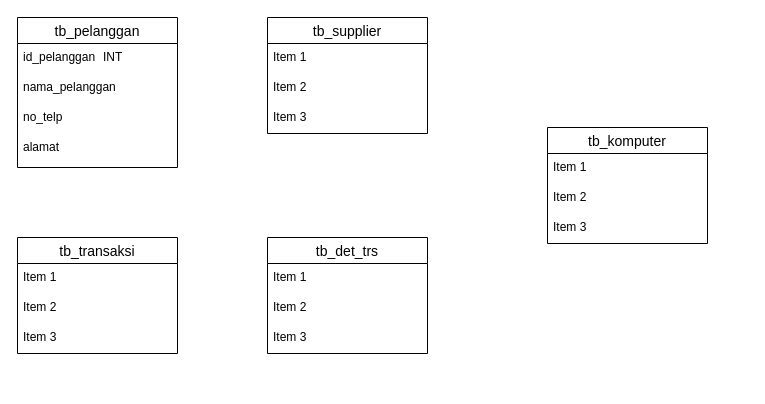
Earlier version of the draw.io diagram Untitled Diagram.drawio (elikawicaksana/BuildIT_BasisData). Source tidied: cells renumbered, new cells numbered last; positions are measured from the earlier drawing's top-left corner, leaving out a move shared by most shapes. Both pictures are drawn from the tidied source at 100%, with x=0, y=0 at pixel (17, 17).
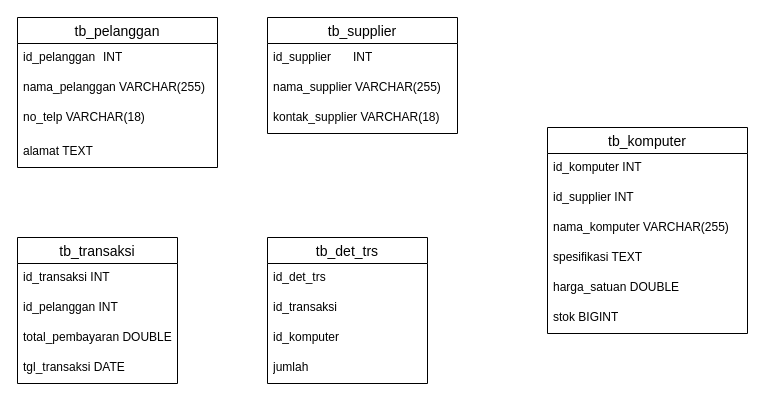
After the change.

Diff of the diagram source:
```diff
@@
     <mxCell id="2" value="tb_transaksi" style="swimlane;fontStyle=0;horizontal=1;startSize=26;align=center;fontSize=14;" parent="1" vertex="1">
-      <mxGeometry y="220" width="160" height="116" as="geometry" />
+      <mxGeometry y="220" width="160" height="146" as="geometry" />
     </mxCell>
-    <mxCell id="3" value="Item 1" style="text;strokeColor=none;fillColor=none;spacingLeft=4;spacingRight=4;overflow=hidden;fontSize=12;whiteSpace=wrap;html=1;" parent="2" vertex="1">
+    <mxCell id="3" value="id_transaksi INT" style="text;strokeColor=none;fillColor=none;spacingLeft=4;spacingRight=4;overflow=hidden;fontSize=12;whiteSpace=wrap;html=1;" parent="2" vertex="1">
       <mxGeometry y="26" width="160" height="30" as="geometry" />
     </mxCell>
-    <mxCell id="4" value="Item 2" style="text;strokeColor=none;fillColor=none;spacingLeft=4;spacingRight=4;overflow=hidden;fontSize=12;whiteSpace=wrap;html=1;" parent="2" vertex="1">
+    <mxCell id="4" value="id_pelanggan INT" style="text;strokeColor=none;fillColor=none;spacingLeft=4;spacingRight=4;overflow=hidden;fontSize=12;whiteSpace=wrap;html=1;" parent="2" vertex="1">
       <mxGeometry y="56" width="160" height="30" as="geometry" />
     </mxCell>
-    <mxCell id="5" value="Item 3" style="text;strokeColor=none;fillColor=none;spacingLeft=4;spacingRight=4;overflow=hidden;fontSize=12;whiteSpace=wrap;html=1;" parent="2" vertex="1">
+    <mxCell id="5" value="total_pembayaran DOUBLE" style="text;strokeColor=none;fillColor=none;spacingLeft=4;spacingRight=4;overflow=hidden;fontSize=12;whiteSpace=wrap;html=1;" parent="2" vertex="1">
       <mxGeometry y="86" width="160" height="30" as="geometry" />
     </mxCell>
+    <mxCell id="23" value="tgl_transaksi DATE" style="text;strokeColor=none;fillColor=none;spacingLeft=4;spacingRight=4;overflow=hidden;fontSize=12;whiteSpace=wrap;html=1;" parent="2" vertex="1">
+      <mxGeometry y="116" width="160" height="30" as="geometry" />
+    </mxCell>
     <mxCell id="6" value="tb_pelanggan" style="swimlane;fontStyle=0;horizontal=1;startSize=26;align=center;fontSize=14;" parent="1" vertex="1">
-      <mxGeometry width="160" height="150" as="geometry" />
+      <mxGeometry width="200" height="150" as="geometry" />
     </mxCell>
-    <mxCell id="7" value="&lt;div style=&quot;text-align: justify;&quot;&gt;&lt;span style=&quot;background-color: initial; color: rgb(0, 0, 0); --darkreader-inline-bgcolor: initial; --darkreader-inline-color: #e8e6e3;&quot;&gt;id_pelanggan &lt;span style=&quot;white-space: pre;&quot;&gt;&#9;&lt;/span&gt;INT&lt;/span&gt;&lt;/div&gt;" style="text;strokeColor=none;fillColor=none;spacingLeft=4;spacingRight=4;overflow=hidden;fontSize=12;whiteSpace=wrap;html=1;" parent="6" vertex="1">
-      <mxGeometry y="26" width="160" height="30" as="geometry" />
+    <mxCell id="7" value="&lt;div style=&quot;&quot;&gt;&lt;span style=&quot;background-color: initial; color: rgb(0, 0, 0); --darkreader-inline-bgcolor: initial; --darkreader-inline-color: #e8e6e3;&quot;&gt;id_pelanggan &lt;span style=&quot;white-space: pre;&quot;&gt;&#9;&lt;/span&gt;INT&lt;/span&gt;&lt;/div&gt;" style="text;strokeColor=none;fillColor=none;spacingLeft=4;spacingRight=4;overflow=hidden;fontSize=12;whiteSpace=wrap;html=1;align=left;" parent="6" vertex="1">
+      <mxGeometry y="26" width="200" height="30" as="geometry" />
     </mxCell>
-    <mxCell id="8" value="nama_pelanggan" style="text;strokeColor=none;fillColor=none;spacingLeft=4;spacingRight=4;overflow=hidden;fontSize=12;whiteSpace=wrap;html=1;" parent="6" vertex="1">
-      <mxGeometry y="56" width="160" height="30" as="geometry" />
+    <mxCell id="8" value="nama_pelanggan VARCHAR(255)" style="text;strokeColor=none;fillColor=none;spacingLeft=4;spacingRight=4;overflow=hidden;fontSize=12;whiteSpace=wrap;html=1;" parent="6" vertex="1">
+      <mxGeometry y="56" width="200" height="30" as="geometry" />
     </mxCell>
-    <mxCell id="9" value="no_telp" style="text;strokeColor=none;fillColor=none;spacingLeft=4;spacingRight=4;overflow=hidden;fontSize=12;whiteSpace=wrap;html=1;" parent="6" vertex="1">
-      <mxGeometry y="86" width="160" height="64" as="geometry" />
+    <mxCell id="9" value="no_telp VARCHAR(18)" style="text;strokeColor=none;fillColor=none;spacingLeft=4;spacingRight=4;overflow=hidden;fontSize=12;whiteSpace=wrap;html=1;" parent="6" vertex="1">
+      <mxGeometry y="86" width="200" height="34" as="geometry" />
     </mxCell>
+    <mxCell id="22" value="alamat TEXT" style="text;strokeColor=none;fillColor=none;spacingLeft=4;spacingRight=4;overflow=hidden;fontSize=12;whiteSpace=wrap;html=1;" parent="6" vertex="1">
+      <mxGeometry y="120" width="200" height="30" as="geometry" />
+    </mxCell>
     <mxCell id="10" value="tb_supplier" style="swimlane;fontStyle=0;horizontal=1;startSize=26;align=center;fontSize=14;" parent="1" vertex="1">
-      <mxGeometry x="250" width="160" height="116" as="geometry" />
+      <mxGeometry x="250" width="190" height="116" as="geometry" />
     </mxCell>
-    <mxCell id="11" value="Item 1" style="text;strokeColor=none;fillColor=none;spacingLeft=4;spacingRight=4;overflow=hidden;fontSize=12;whiteSpace=wrap;html=1;" parent="10" vertex="1">
-      <mxGeometry y="26" width="160" height="30" as="geometry" />
+    <mxCell id="11" value="id_supplier&lt;span style=&quot;white-space: pre;&quot;&gt;&#9;&lt;/span&gt;INT" style="text;strokeColor=none;fillColor=none;spacingLeft=4;spacingRight=4;overflow=hidden;fontSize=12;whiteSpace=wrap;html=1;" parent="10" vertex="1">
+      <mxGeometry y="26" width="190" height="30" as="geometry" />
     </mxCell>
-    <mxCell id="12" value="Item 2" style="text;strokeColor=none;fillColor=none;spacingLeft=4;spacingRight=4;overflow=hidden;fontSize=12;whiteSpace=wrap;html=1;" parent="10" vertex="1">
-      <mxGeometry y="56" width="160" height="30" as="geometry" />
+    <mxCell id="12" value="nama_supplier VARCHAR(255)" style="text;strokeColor=none;fillColor=none;spacingLeft=4;spacingRight=4;overflow=hidden;fontSize=12;whiteSpace=wrap;html=1;" parent="10" vertex="1">
+      <mxGeometry y="56" width="190" height="30" as="geometry" />
     </mxCell>
-    <mxCell id="13" value="Item 3" style="text;strokeColor=none;fillColor=none;spacingLeft=4;spacingRight=4;overflow=hidden;fontSize=12;whiteSpace=wrap;html=1;" parent="10" vertex="1">
-      <mxGeometry y="86" width="160" height="30" as="geometry" />
+    <mxCell id="13" value="kontak_supplier VARCHAR(18)" style="text;strokeColor=none;fillColor=none;spacingLeft=4;spacingRight=4;overflow=hidden;fontSize=12;whiteSpace=wrap;html=1;" parent="10" vertex="1">
+      <mxGeometry y="86" width="190" height="30" as="geometry" />
     </mxCell>
     <mxCell id="14" value="tb_det_trs" style="swimlane;fontStyle=0;horizontal=1;startSize=26;align=center;fontSize=14;" parent="1" vertex="1">
-      <mxGeometry x="250" y="220" width="160" height="116" as="geometry" />
+      <mxGeometry x="250" y="220" width="160" height="146" as="geometry" />
     </mxCell>
-    <mxCell id="15" value="Item 1" style="text;strokeColor=none;fillColor=none;spacingLeft=4;spacingRight=4;overflow=hidden;fontSize=12;whiteSpace=wrap;html=1;" parent="14" vertex="1">
+    <mxCell id="15" value="id_det_trs" style="text;strokeColor=none;fillColor=none;spacingLeft=4;spacingRight=4;overflow=hidden;fontSize=12;whiteSpace=wrap;html=1;" parent="14" vertex="1">
       <mxGeometry y="26" width="160" height="30" as="geometry" />
     </mxCell>
-    <mxCell id="16" value="Item 2" style="text;strokeColor=none;fillColor=none;spacingLeft=4;spacingRight=4;overflow=hidden;fontSize=12;whiteSpace=wrap;html=1;" parent="14" vertex="1">
+    <mxCell id="16" value="id_transaksi" style="text;strokeColor=none;fillColor=none;spacingLeft=4;spacingRight=4;overflow=hidden;fontSize=12;whiteSpace=wrap;html=1;" parent="14" vertex="1">
       <mxGeometry y="56" width="160" height="30" as="geometry" />
     </mxCell>
-    <mxCell id="17" value="Item 3" style="text;strokeColor=none;fillColor=none;spacingLeft=4;spacingRight=4;overflow=hidden;fontSize=12;whiteSpace=wrap;html=1;" parent="14" vertex="1">
+    <mxCell id="17" value="id_komputer" style="text;strokeColor=none;fillColor=none;spacingLeft=4;spacingRight=4;overflow=hidden;fontSize=12;whiteSpace=wrap;html=1;" parent="14" vertex="1">
       <mxGeometry y="86" width="160" height="30" as="geometry" />
     </mxCell>
+    <mxCell id="24" value="jumlah" style="text;strokeColor=none;fillColor=none;spacingLeft=4;spacingRight=4;overflow=hidden;fontSize=12;whiteSpace=wrap;html=1;" parent="14" vertex="1">
+      <mxGeometry y="116" width="160" height="30" as="geometry" />
+    </mxCell>
     <mxCell id="18" value="tb_komputer" style="swimlane;fontStyle=0;horizontal=1;startSize=26;align=center;fontSize=14;" parent="1" vertex="1">
-      <mxGeometry x="530" y="110" width="160" height="116" as="geometry" />
+      <mxGeometry x="530" y="110" width="200" height="206" as="geometry" />
     </mxCell>
-    <mxCell id="19" value="Item 1" style="text;strokeColor=none;fillColor=none;spacingLeft=4;spacingRight=4;overflow=hidden;fontSize=12;whiteSpace=wrap;html=1;" parent="18" vertex="1">
-      <mxGeometry y="26" width="160" height="30" as="geometry" />
+    <mxCell id="19" value="id_komputer INT" style="text;strokeColor=none;fillColor=none;spacingLeft=4;spacingRight=4;overflow=hidden;fontSize=12;whiteSpace=wrap;html=1;" parent="18" vertex="1">
+      <mxGeometry y="26" width="200" height="30" as="geometry" />
     </mxCell>
+    <mxCell id="25" value="id_supplier INT" style="text;strokeColor=none;fillColor=none;spacingLeft=4;spacingRight=4;overflow=hidden;fontSize=12;whiteSpace=wrap;html=1;" parent="18" vertex="1">
+      <mxGeometry y="56" width="200" height="30" as="geometry" />
+    </mxCell>
+    <mxCell id="21" value="nama_komputer VARCHAR(255)" style="text;strokeColor=none;fillColor=none;spacingLeft=4;spacingRight=4;overflow=hidden;fontSize=12;whiteSpace=wrap;html=1;" parent="18" vertex="1">
+      <mxGeometry y="86" width="200" height="30" as="geometry" />
+    </mxCell>
+    <mxCell id="26" value="spesifikasi TEXT" style="text;strokeColor=none;fillColor=none;spacingLeft=4;spacingRight=4;overflow=hidden;fontSize=12;whiteSpace=wrap;html=1;" parent="18" vertex="1">
+      <mxGeometry y="116" width="200" height="30" as="geometry" />
+    </mxCell>
+    <mxCell id="27" value="harga_satuan DOUBLE" style="text;strokeColor=none;fillColor=none;spacingLeft=4;spacingRight=4;overflow=hidden;fontSize=12;whiteSpace=wrap;html=1;" parent="18" vertex="1">
+      <mxGeometry y="146" width="200" height="30" as="geometry" />
+    </mxCell>
-    <mxCell id="20" value="Item 2" style="text;strokeColor=none;fillColor=none;spacingLeft=4;spacingRight=4;overflow=hidden;fontSize=12;whiteSpace=wrap;html=1;" parent="18" vertex="1">
-      <mxGeometry y="56" width="160" height="30" as="geometry" />
+    <mxCell id="20" value="stok BIGINT" style="text;strokeColor=none;fillColor=none;spacingLeft=4;spacingRight=4;overflow=hidden;fontSize=12;whiteSpace=wrap;html=1;" parent="18" vertex="1">
+      <mxGeometry y="176" width="200" height="30" as="geometry" />
     </mxCell>
-    <mxCell id="21" value="Item 3" style="text;strokeColor=none;fillColor=none;spacingLeft=4;spacingRight=4;overflow=hidden;fontSize=12;whiteSpace=wrap;html=1;" parent="18" vertex="1">
-      <mxGeometry y="86" width="160" height="30" as="geometry" />
-    </mxCell>
-    <mxCell id="22" value="alamat" style="text;strokeColor=none;fillColor=none;spacingLeft=4;spacingRight=4;overflow=hidden;fontSize=12;whiteSpace=wrap;html=1;" parent="1" vertex="1">
-      <mxGeometry y="116" width="160" height="30" as="geometry" />
-    </mxCell>
```
